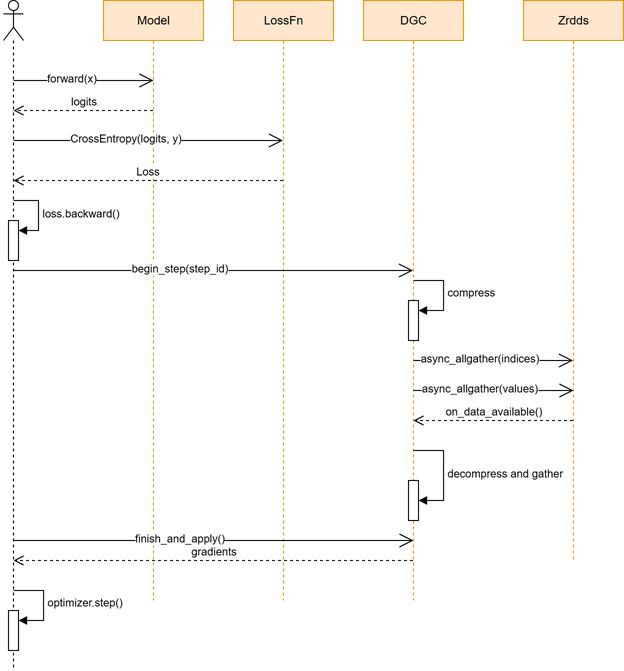
Before: docs/DGC_seqence.png, a diagram exported from draw.io (WenhaoHe02/distributed-dds-ai-infra). Source tidied: cells renumbered, new cells last; positions are measured from the earlier drawing's top-left corner, leaving out a move shared by most shapes. The source it was exported from:
```xml
<mxGraphModel>
  <root>
    <mxCell id="0" />
    <mxCell id="1" parent="0" />
    <mxCell id="2" value="Model" style="shape=umlLifeline;perimeter=lifelinePerimeter;whiteSpace=wrap;html=1;outlineConnect=0;portConstraint=eastwest;newEdgeStyle={&quot;curved&quot;:0,&quot;rounded&quot;:0};fillColor=#ffe6cc;strokeColor=#d79b00;" parent="1" vertex="1">
      <mxGeometry x="100" width="100" height="600" as="geometry" />
    </mxCell>
    <mxCell id="3" value="LossFn" style="shape=umlLifeline;perimeter=lifelinePerimeter;whiteSpace=wrap;html=1;outlineConnect=0;portConstraint=eastwest;newEdgeStyle={&quot;curved&quot;:0,&quot;rounded&quot;:0};fillColor=#ffe6cc;strokeColor=#d79b00;" parent="1" vertex="1">
      <mxGeometry x="230" width="100" height="600" as="geometry" />
    </mxCell>
    <mxCell id="4" value="DGC" style="shape=umlLifeline;perimeter=lifelinePerimeter;whiteSpace=wrap;html=1;outlineConnect=0;portConstraint=eastwest;newEdgeStyle={&quot;curved&quot;:0,&quot;rounded&quot;:0};fillColor=#ffe6cc;strokeColor=#d79b00;" parent="1" vertex="1">
      <mxGeometry x="360" width="100" height="600" as="geometry" />
    </mxCell>
    <mxCell id="5" style="html=1;points=[[0,0,0,0,5],[0,1,0,0,-5],[1,0,0,0,5],[1,1,0,0,-5]];perimeter=orthogonalPerimeter;outlineConnect=0;targetShapes=umlLifeline;portConstraint=eastwest;newEdgeStyle={&quot;curved&quot;:0,&quot;rounded&quot;:0};" parent="4" vertex="1">
      <mxGeometry x="45" y="480" width="10" height="40" as="geometry" />
    </mxCell>
    <mxCell id="6" value="decompress and gather" style="html=1;align=left;spacingLeft=2;endArrow=block;rounded=0;edgeStyle=orthogonalEdgeStyle;curved=0;rounded=0;" parent="4" edge="1" target="5">
      <mxGeometry relative="1" as="geometry">
        <mxPoint x="50" y="450" as="sourcePoint" />
        <Array as="points">
          <mxPoint x="80" y="450" />
        </Array>
      </mxGeometry>
    </mxCell>
    <mxCell id="7" style="html=1;points=[[0,0,0,0,5],[0,1,0,0,-5],[1,0,0,0,5],[1,1,0,0,-5]];perimeter=orthogonalPerimeter;outlineConnect=0;targetShapes=umlLifeline;portConstraint=eastwest;newEdgeStyle={&quot;curved&quot;:0,&quot;rounded&quot;:0};" parent="4" vertex="1">
      <mxGeometry x="45" y="300" width="10" height="40" as="geometry" />
    </mxCell>
    <mxCell id="8" value="compress" style="html=1;align=left;spacingLeft=2;endArrow=block;rounded=0;edgeStyle=orthogonalEdgeStyle;curved=0;rounded=0;" parent="4" edge="1" target="7">
      <mxGeometry relative="1" as="geometry">
        <mxPoint x="50" y="280" as="sourcePoint" />
        <Array as="points">
          <mxPoint x="80" y="310" />
        </Array>
      </mxGeometry>
    </mxCell>
    <mxCell id="9" value="Zrdds" style="shape=umlLifeline;perimeter=lifelinePerimeter;whiteSpace=wrap;html=1;newEdgeStyle={&quot;curved&quot;:0,&quot;rounded&quot;:0};fillColor=#ffe6cc;strokeColor=#d79b00;" parent="1" vertex="1">
      <mxGeometry x="520" width="100" height="560" as="geometry" />
    </mxCell>
    <mxCell id="10" style="shape=umlLifeline;perimeter=lifelinePerimeter;whiteSpace=wrap;html=1;newEdgeStyle={&quot;curved&quot;:0,&quot;rounded&quot;:0};participant=umlActor;" parent="1" vertex="1">
      <mxGeometry width="20" height="670" as="geometry" />
    </mxCell>
    <mxCell id="11" style="html=1;points=[[0,0,0,0,5],[0,1,0,0,-5],[1,0,0,0,5],[1,1,0,0,-5]];perimeter=orthogonalPerimeter;outlineConnect=0;targetShapes=umlLifeline;portConstraint=eastwest;newEdgeStyle={&quot;curved&quot;:0,&quot;rounded&quot;:0};" parent="10" vertex="1">
      <mxGeometry x="5" y="220" width="10" height="40" as="geometry" />
    </mxCell>
    <mxCell id="12" value="loss.backward()" style="html=1;align=left;spacingLeft=2;endArrow=block;rounded=0;edgeStyle=orthogonalEdgeStyle;curved=0;rounded=0;" parent="10" edge="1" target="11">
      <mxGeometry relative="1" as="geometry">
        <mxPoint x="10" y="200" as="sourcePoint" />
        <Array as="points">
          <mxPoint x="35" y="230" />
        </Array>
      </mxGeometry>
    </mxCell>
    <mxCell id="13" style="html=1;points=[[0,0,0,0,5],[0,1,0,0,-5],[1,0,0,0,5],[1,1,0,0,-5]];perimeter=orthogonalPerimeter;outlineConnect=0;targetShapes=umlLifeline;portConstraint=eastwest;newEdgeStyle={&quot;curved&quot;:0,&quot;rounded&quot;:0};" parent="10" vertex="1">
      <mxGeometry x="5" y="610" width="10" height="40" as="geometry" />
    </mxCell>
    <mxCell id="14" value="optimizer.step()" style="html=1;align=left;spacingLeft=2;endArrow=block;rounded=0;edgeStyle=orthogonalEdgeStyle;curved=0;rounded=0;" parent="10" edge="1" target="13">
      <mxGeometry relative="1" as="geometry">
        <mxPoint x="10" y="590" as="sourcePoint" />
        <Array as="points">
          <mxPoint x="40" y="620" />
        </Array>
      </mxGeometry>
    </mxCell>
    <mxCell id="15" style="endArrow=open;endFill=1;endSize=12;html=1;rounded=0;" parent="1" edge="1">
      <mxGeometry relative="1" as="geometry">
        <mxPoint x="10" y="80" as="sourcePoint" />
        <mxPoint x="150" y="80" as="targetPoint" />
      </mxGeometry>
    </mxCell>
    <mxCell id="16" value="forward(x)" style="edgeLabel;html=1;align=center;verticalAlign=middle;" parent="15" vertex="1">
      <mxGeometry x="-0.17" y="3" relative="1" as="geometry" />
    </mxCell>
    <mxCell id="17" value="logits" style="html=1;verticalAlign=bottom;endArrow=open;dashed=1;endSize=8;curved=0;rounded=0;" parent="1" edge="1" source="2">
      <mxGeometry relative="1" as="geometry">
        <mxPoint x="10" y="110" as="targetPoint" />
      </mxGeometry>
    </mxCell>
    <mxCell id="18" style="endArrow=open;endFill=1;endSize=12;html=1;rounded=0;" parent="1" edge="1" target="3">
      <mxGeometry relative="1" as="geometry">
        <mxPoint x="10" y="140" as="sourcePoint" />
      </mxGeometry>
    </mxCell>
    <mxCell id="19" value="CrossEntropy(logits, y)" style="edgeLabel;html=1;align=center;verticalAlign=middle;" parent="18" vertex="1">
      <mxGeometry x="-0.17" y="3" relative="1" as="geometry" />
    </mxCell>
    <mxCell id="20" value="Loss" style="html=1;verticalAlign=bottom;endArrow=open;dashed=1;endSize=8;curved=0;rounded=0;" parent="1" edge="1" source="3">
      <mxGeometry relative="1" as="geometry">
        <mxPoint x="10" y="180" as="targetPoint" />
      </mxGeometry>
    </mxCell>
    <mxCell id="21" style="endArrow=open;endFill=1;endSize=12;html=1;rounded=0;" parent="1" edge="1" target="4">
      <mxGeometry relative="1" as="geometry">
        <mxPoint x="10" y="270" as="sourcePoint" />
      </mxGeometry>
    </mxCell>
    <mxCell id="22" value="begin_step(step_id)" style="edgeLabel;html=1;align=center;verticalAlign=middle;" parent="21" vertex="1">
      <mxGeometry x="-0.17" y="3" relative="1" as="geometry" />
    </mxCell>
    <mxCell id="23" style="endArrow=open;endFill=1;endSize=12;html=1;rounded=0;" parent="1" edge="1">
      <mxGeometry relative="1" as="geometry">
        <mxPoint x="410" y="360" as="sourcePoint" />
        <mxPoint x="569.5" y="360" as="targetPoint" />
      </mxGeometry>
    </mxCell>
    <mxCell id="24" value="async_allgather(indices)" style="edgeLabel;html=1;align=center;verticalAlign=middle;" parent="23" vertex="1">
      <mxGeometry x="-0.17" y="3" relative="1" as="geometry" />
    </mxCell>
    <mxCell id="25" style="endArrow=open;endFill=1;endSize=12;html=1;rounded=0;" parent="1" edge="1">
      <mxGeometry relative="1" as="geometry">
        <mxPoint x="410" y="390" as="sourcePoint" />
        <mxPoint x="570" y="390" as="targetPoint" />
      </mxGeometry>
    </mxCell>
    <mxCell id="26" value="async_allgather(values)" style="edgeLabel;html=1;align=center;verticalAlign=middle;" parent="25" vertex="1">
      <mxGeometry x="-0.17" y="3" relative="1" as="geometry" />
    </mxCell>
    <mxCell id="27" value="on_data_available()" style="html=1;verticalAlign=bottom;endArrow=open;dashed=1;endSize=8;curved=0;rounded=0;" parent="1" edge="1">
      <mxGeometry relative="1" as="geometry">
        <mxPoint x="569.5" y="420" as="sourcePoint" />
        <mxPoint x="410" y="420" as="targetPoint" />
      </mxGeometry>
    </mxCell>
    <mxCell id="28" style="endArrow=open;endFill=1;endSize=12;html=1;rounded=0;" parent="1" edge="1">
      <mxGeometry relative="1" as="geometry">
        <mxPoint x="10" y="540" as="sourcePoint" />
        <mxPoint x="410" y="540" as="targetPoint" />
      </mxGeometry>
    </mxCell>
    <mxCell id="29" value="finish_and_apply()" style="edgeLabel;html=1;align=center;verticalAlign=middle;" parent="28" vertex="1">
      <mxGeometry x="-0.17" y="3" relative="1" as="geometry" />
    </mxCell>
    <mxCell id="30" value="gradients" style="html=1;verticalAlign=bottom;endArrow=open;dashed=1;endSize=8;curved=0;rounded=0;" parent="1" edge="1" source="4">
      <mxGeometry relative="1" as="geometry">
        <mxPoint x="10" y="560" as="targetPoint" />
      </mxGeometry>
    </mxCell>
  </root>
</mxGraphModel>
```
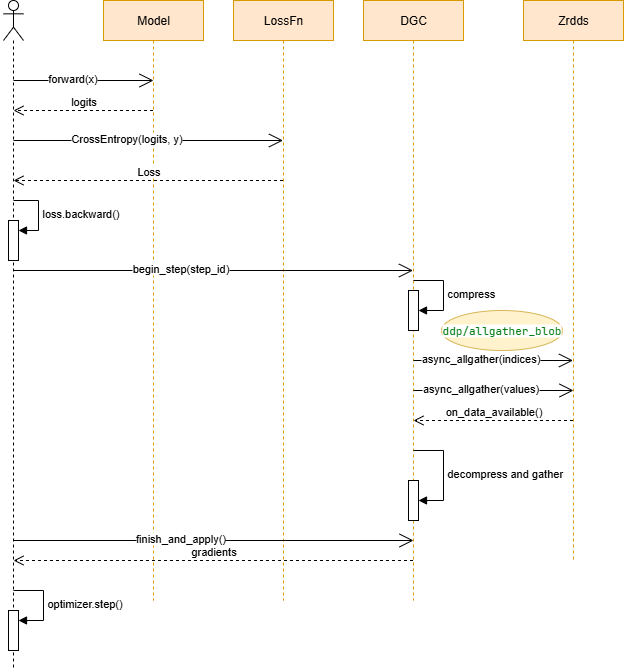
After the change.

The edit, as a diff of the source:
```diff
@@ -23,7 +23,7 @@
       </mxGeometry>
     </mxCell>
     <mxCell id="7" style="html=1;points=[[0,0,0,0,5],[0,1,0,0,-5],[1,0,0,0,5],[1,1,0,0,-5]];perimeter=orthogonalPerimeter;outlineConnect=0;targetShapes=umlLifeline;portConstraint=eastwest;newEdgeStyle={&quot;curved&quot;:0,&quot;rounded&quot;:0};" parent="4" vertex="1">
-      <mxGeometry x="45" y="300" width="10" height="40" as="geometry" />
+      <mxGeometry x="45" y="290" width="10" height="40" as="geometry" />
     </mxCell>
     <mxCell id="8" value="compress" style="html=1;align=left;spacingLeft=2;endArrow=block;rounded=0;edgeStyle=orthogonalEdgeStyle;curved=0;rounded=0;" parent="4" edge="1" target="7">
       <mxGeometry relative="1" as="geometry">
@@ -134,5 +134,8 @@
         <mxPoint x="10" y="560" as="targetPoint" />
       </mxGeometry>
     </mxCell>
+    <mxCell id="31" value="&lt;div style=&quot;background-color: rgb(255, 255, 255); font-family: &amp;quot;JetBrains Mono&amp;quot;, monospace; white-space: pre;&quot;&gt;&lt;font color=&quot;#067d17&quot;&gt;ddp/allgather_blob&lt;/font&gt;&lt;/div&gt;" style="ellipse;whiteSpace=wrap;html=1;fillColor=#fff2cc;strokeColor=#d6b656;fontSize=11;" parent="1" vertex="1">
+      <mxGeometry x="438" y="310" width="121" height="40" as="geometry" />
+    </mxCell>
   </root>
 </mxGraphModel>
```
